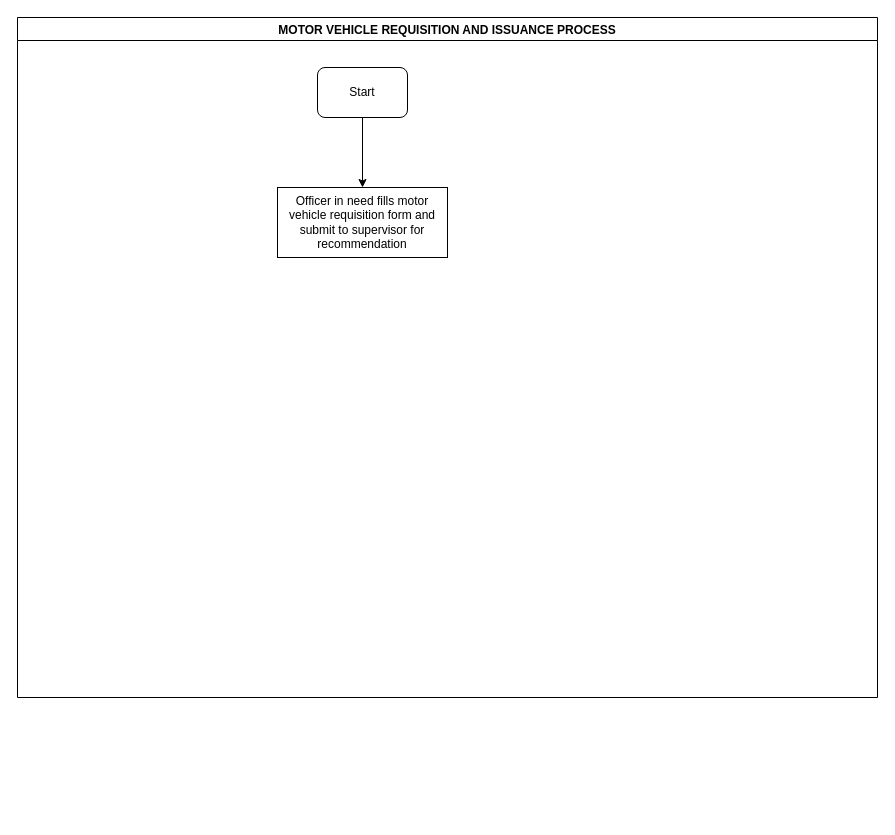
kmagua/flowcharts keeps this draw.io diagram as LC-Training-MOTOR VEHICLE REQUISITION AND ISSUANCE PROCESS.drawio. Above is the earlier version. Source tidied: cells renumbered, new cells numbered last; positions are measured from the earlier drawing's top-left corner, leaving out a move shared by most shapes. Both pictures are drawn from the tidied source at 100%, with x=0, y=0 at pixel (17, 17).
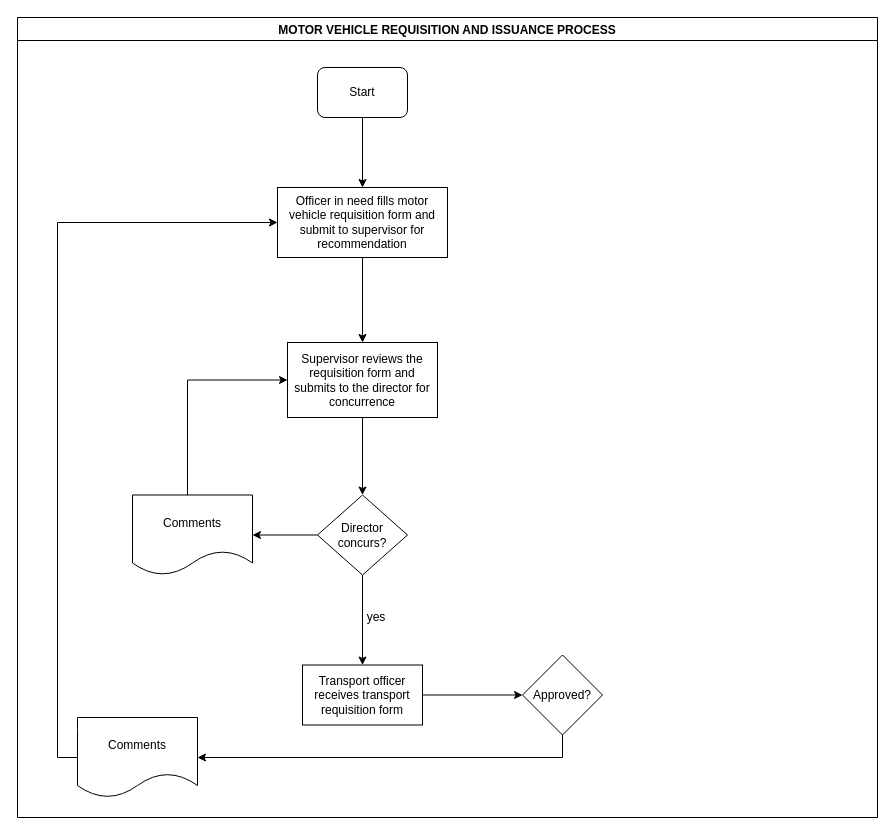
The same diagram, later.

Unchanged cells that the change refers to:
```xml
<mxCell id="4" value="Officer in need fills motor vehicle requisition form and submit to supervisor for recommendation" style="rounded=0;whiteSpace=wrap;html=1;" parent="2" vertex="1">
  <mxGeometry x="260" y="170" width="170" height="70" as="geometry" />
</mxCell>
```

Change to the diagram source:
```diff
@@
     <mxCell id="2" value="MOTOR VEHICLE REQUISITION AND ISSUANCE PROCESS" style="swimlane;" parent="1" vertex="1">
-      <mxGeometry width="860" height="680" as="geometry" />
+      <mxGeometry width="860" height="800" as="geometry" />
     </mxCell>
@@
+    <mxCell id="6" value="yes" style="text;html=1;strokeColor=none;fillColor=none;align=center;verticalAlign=middle;whiteSpace=wrap;rounded=0;" parent="2" vertex="1">
+      <mxGeometry x="339" y="590" width="40" height="20" as="geometry" />
+    </mxCell>
+    <mxCell id="7" style="edgeStyle=orthogonalEdgeStyle;rounded=0;jettySize=auto;html=1;entryX=0;entryY=0.5;entryDx=0;entryDy=0;" parent="2" edge="1" source="8" target="4">
+      <mxGeometry relative="1" as="geometry">
+        <Array as="points">
+          <mxPoint x="40" y="740" />
+          <mxPoint x="40" y="205" />
+        </Array>
+      </mxGeometry>
+    </mxCell>
+    <mxCell id="8" value="Comments" style="shape=document;whiteSpace=wrap;html=1;boundedLbl=1;rounded=0;" parent="2" vertex="1">
+      <mxGeometry x="60" y="700" width="120" height="80" as="geometry" />
+    </mxCell>
+    <mxCell id="9" style="edgeStyle=orthogonalEdgeStyle;rounded=0;jettySize=auto;html=1;" parent="1" edge="1" source="10" target="14">
+      <mxGeometry relative="1" as="geometry" />
+    </mxCell>
+    <mxCell id="10" value="Supervisor reviews the requisition form and submits to the director for concurrence" style="whiteSpace=wrap;html=1;rounded=0;" parent="1" vertex="1">
+      <mxGeometry x="270" y="325" width="150" height="75" as="geometry" />
+    </mxCell>
+    <mxCell id="11" style="edgeStyle=orthogonalEdgeStyle;rounded=0;jettySize=auto;html=1;" parent="1" edge="1" source="4" target="10">
+      <mxGeometry relative="1" as="geometry" />
+    </mxCell>
+    <mxCell id="12" style="edgeStyle=orthogonalEdgeStyle;rounded=0;jettySize=auto;html=1;" parent="1" edge="1" source="14" target="16">
+      <mxGeometry relative="1" as="geometry" />
+    </mxCell>
+    <mxCell id="13" style="edgeStyle=orthogonalEdgeStyle;rounded=0;jettySize=auto;html=1;" parent="1" edge="1" source="14" target="20">
+      <mxGeometry relative="1" as="geometry" />
+    </mxCell>
+    <mxCell id="14" value="Director concurs?" style="rhombus;whiteSpace=wrap;html=1;rounded=0;" parent="1" vertex="1">
+      <mxGeometry x="300" y="477.5" width="90" height="80" as="geometry" />
+    </mxCell>
+    <mxCell id="15" style="edgeStyle=orthogonalEdgeStyle;rounded=0;jettySize=auto;html=1;" parent="1" edge="1" source="16" target="18">
+      <mxGeometry relative="1" as="geometry" />
+    </mxCell>
+    <mxCell id="16" value="Transport officer receives transport requisition form" style="whiteSpace=wrap;html=1;rounded=0;" parent="1" vertex="1">
+      <mxGeometry x="285" y="647.5" width="120" height="60" as="geometry" />
+    </mxCell>
+    <mxCell id="17" style="edgeStyle=orthogonalEdgeStyle;rounded=0;jettySize=auto;html=1;" parent="1" edge="1" source="18" target="8">
+      <mxGeometry relative="1" as="geometry">
+        <Array as="points">
+          <mxPoint x="545" y="740" />
+        </Array>
+      </mxGeometry>
+    </mxCell>
+    <mxCell id="18" value="Approved?" style="rhombus;whiteSpace=wrap;html=1;rounded=0;" parent="1" vertex="1">
+      <mxGeometry x="505" y="637.5" width="80" height="80" as="geometry" />
+    </mxCell>
+    <mxCell id="19" style="edgeStyle=orthogonalEdgeStyle;rounded=0;jettySize=auto;html=1;entryX=0;entryY=0.5;entryDx=0;entryDy=0;" parent="1" edge="1" source="20" target="10">
+      <mxGeometry relative="1" as="geometry">
+        <Array as="points">
+          <mxPoint x="170" y="363" />
+        </Array>
+      </mxGeometry>
+    </mxCell>
+    <mxCell id="20" value="Comments" style="shape=document;whiteSpace=wrap;html=1;boundedLbl=1;rounded=0;" parent="1" vertex="1">
+      <mxGeometry x="115" y="477.5" width="120" height="80" as="geometry" />
+    </mxCell>
```
